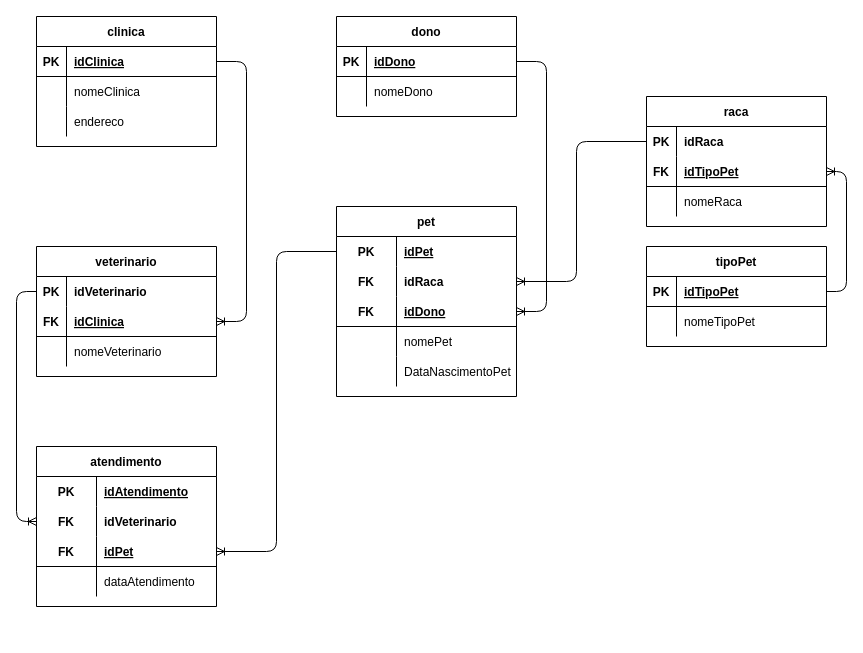
Earlier version of the draw.io diagram page "logico" (2 of 2) of Exercícios-aula3/1.3-exercicio-pclinics/Moldelagem/1.3-exercicio-pclinics.drawio (Samel-OP/Senai_Sprint1_BD). Source tidied: cells renumbered, new cells numbered last; positions are measured from the earlier drawing's top-left corner, leaving out a move shared by most shapes. Both pictures are drawn from the tidied source at 100%, with x=0, y=0 at pixel (16, 16).
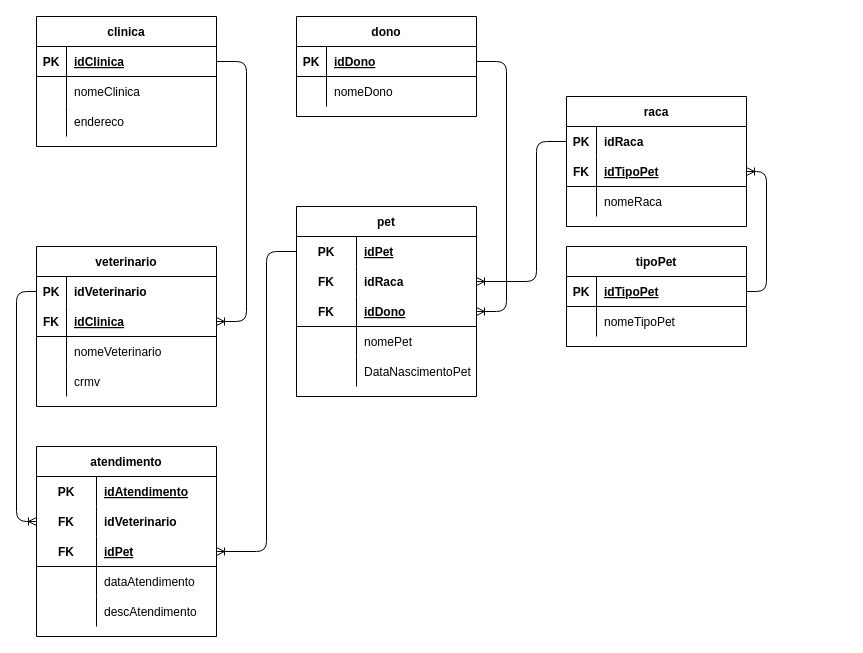
After the change.

The change refers to these unchanged cells:
```xml
<mxCell id="29" style="shape=partialRectangle;fillColor=none;top=0;left=0;bottom=1;right=0;points=[[0,0.5],[1,0.5]];portConstraint=eastwest;" parent="22" vertex="1">
  <mxGeometry y="90" width="180" height="30" as="geometry" />
</mxCell>
<mxCell id="36" style="shape=partialRectangle;fillColor=none;top=0;left=0;bottom=1;right=0;points=[[0,0.5],[1,0.5]];portConstraint=eastwest;" parent="35" vertex="1">
  <mxGeometry y="30" width="180" height="30" as="geometry" />
</mxCell>
<mxCell id="43" style="shape=partialRectangle;fillColor=none;top=0;left=0;bottom=0;right=0;points=[[0,0.5],[1,0.5]];portConstraint=eastwest;" parent="42" vertex="1">
  <mxGeometry y="30" width="180" height="30" as="geometry" />
</mxCell>
<mxCell id="46" style="shape=partialRectangle;fillColor=none;top=0;left=0;bottom=0;right=0;points=[[0,0.5],[1,0.5]];portConstraint=eastwest;" parent="42" vertex="1">
  <mxGeometry y="60" width="180" height="30" as="geometry" />
</mxCell>
<mxCell id="49" style="shape=partialRectangle;fillColor=none;top=0;left=0;bottom=1;right=0;points=[[0,0.5],[1,0.5]];portConstraint=eastwest;" parent="42" vertex="1">
  <mxGeometry y="90" width="180" height="30" as="geometry" />
</mxCell>
<mxCell id="59" style="shape=partialRectangle;fillColor=none;top=0;left=0;bottom=0;right=0;points=[[0,0.5],[1,0.5]];portConstraint=eastwest;" parent="58" vertex="1">
  <mxGeometry y="30" width="180" height="30" as="geometry" />
</mxCell>
<mxCell id="62" style="shape=partialRectangle;fillColor=none;top=0;left=0;bottom=1;right=0;points=[[0,0.5],[1,0.5]];portConstraint=eastwest;" parent="58" vertex="1">
  <mxGeometry y="60" width="180" height="30" as="geometry" />
</mxCell>
<mxCell id="69" style="shape=partialRectangle;fillColor=none;top=0;left=0;bottom=1;right=0;points=[[0,0.5],[1,0.5]];portConstraint=eastwest;" parent="68" vertex="1">
  <mxGeometry y="30" width="180" height="30" as="geometry" />
</mxCell>
```

Diff of the diagram source:
```diff
@@
     <mxCell id="12" value="veterinario" style="shape=table;startSize=30;childLayout=tableLayout;rowLines=0;fontStyle=1;align=center;" parent="1" vertex="1">
-      <mxGeometry x="20" y="230" width="180" height="130" as="geometry" />
+      <mxGeometry x="20" y="230" width="180" height="160" as="geometry" />
     </mxCell>
@@
+    <mxCell id="81" style="shape=partialRectangle;fillColor=none;top=0;left=0;bottom=0;right=0;" parent="12" vertex="1">
+      <mxGeometry y="120" width="180" height="30" as="geometry" />
+    </mxCell>
+    <mxCell id="82" style="shape=partialRectangle;fillColor=none;top=0;left=0;bottom=0;right=0;overflow=hidden;" parent="81" vertex="1">
+      <mxGeometry width="30" height="30" as="geometry" />
+    </mxCell>
+    <mxCell id="83" value="crmv" style="shape=partialRectangle;fillColor=none;top=0;left=0;bottom=0;right=0;align=left;spacingLeft=6;overflow=hidden;" parent="81" vertex="1">
+      <mxGeometry x="30" width="150" height="30" as="geometry" />
+    </mxCell>
     <mxCell id="22" value="atendimento" style="shape=table;startSize=30;childLayout=tableLayout;rowLines=0;fontStyle=1;align=center;" parent="1" vertex="1">
-      <mxGeometry x="20" y="430" width="180" height="160" as="geometry" />
+      <mxGeometry x="20" y="430" width="180" height="190" as="geometry" />
     </mxCell>
@@
+    <mxCell id="84" style="shape=partialRectangle;fillColor=none;top=0;left=0;bottom=0;right=0;" parent="22" vertex="1">
+      <mxGeometry y="150" width="180" height="30" as="geometry" />
+    </mxCell>
+    <mxCell id="85" style="shape=partialRectangle;fillColor=none;top=0;left=0;bottom=0;right=0;overflow=hidden;" parent="84" vertex="1">
+      <mxGeometry width="60" height="30" as="geometry" />
+    </mxCell>
+    <mxCell id="86" value="descAtendimento" style="shape=partialRectangle;fillColor=none;top=0;left=0;bottom=0;right=0;align=left;spacingLeft=6;overflow=hidden;" parent="84" vertex="1">
+      <mxGeometry x="60" width="120" height="30" as="geometry" />
+    </mxCell>
     <mxCell id="35" value="dono" style="shape=table;startSize=30;childLayout=tableLayout;rowLines=0;fontStyle=1;align=center;" parent="1" vertex="1">
-      <mxGeometry x="320" width="180" height="100" as="geometry" />
+      <mxGeometry x="280" width="180" height="100" as="geometry" />
     </mxCell>
@@
     <mxCell id="42" value="pet" style="shape=table;startSize=30;childLayout=tableLayout;rowLines=0;fontStyle=1;align=center;" parent="1" vertex="1">
-      <mxGeometry x="320" y="190" width="180" height="190" as="geometry" />
+      <mxGeometry x="280" y="190" width="180" height="190" as="geometry" />
     </mxCell>
@@
     <mxCell id="58" value="raca" style="shape=table;startSize=30;childLayout=tableLayout;rowLines=0;fontStyle=1;align=center;" parent="1" vertex="1">
-      <mxGeometry x="630" y="80" width="180" height="130" as="geometry" />
+      <mxGeometry x="550" y="80" width="180" height="130" as="geometry" />
     </mxCell>
@@
     <mxCell id="68" value="tipoPet" style="shape=table;startSize=30;childLayout=tableLayout;rowLines=0;fontStyle=1;align=center;" parent="1" vertex="1">
-      <mxGeometry x="630" y="230" width="180" height="100" as="geometry" />
+      <mxGeometry x="550" y="230" width="180" height="100" as="geometry" />
     </mxCell>
@@
     <mxCell id="77" style="edgeStyle=orthogonalEdgeStyle;fontSize=12;html=1;endArrow=ERoneToMany;entryX=1;entryY=0.5;entryDx=0;entryDy=0;exitX=0;exitY=0.5;exitDx=0;exitDy=0;" parent="1" edge="1" source="43" target="29">
-      <mxGeometry relative="1" as="geometry" />
+      <mxGeometry relative="1" as="geometry">
+        <Array as="points">
+          <mxPoint x="250" y="235" />
+          <mxPoint x="250" y="535" />
+        </Array>
+      </mxGeometry>
     </mxCell>
     <mxCell id="78" style="edgeStyle=orthogonalEdgeStyle;fontSize=12;html=1;endArrow=ERoneToMany;exitX=0;exitY=0.5;exitDx=0;exitDy=0;entryX=1;entryY=0.5;entryDx=0;entryDy=0;" parent="1" edge="1" source="59" target="46">
       <mxGeometry relative="1" as="geometry">
         <Array as="points">
-          <mxPoint x="560" y="125" />
-          <mxPoint x="560" y="265" />
+          <mxPoint x="520" y="125" />
+          <mxPoint x="520" y="265" />
         </Array>
       </mxGeometry>
     </mxCell>
     <mxCell id="79" style="edgeStyle=orthogonalEdgeStyle;fontSize=12;html=1;endArrow=ERoneToMany;entryX=1;entryY=0.5;entryDx=0;entryDy=0;exitX=1;exitY=0.5;exitDx=0;exitDy=0;" parent="1" edge="1" source="69" target="62">
       <mxGeometry relative="1" as="geometry">
         <Array as="points">
-          <mxPoint x="830" y="275" />
-          <mxPoint x="830" y="155" />
+          <mxPoint x="750" y="275" />
+          <mxPoint x="750" y="155" />
         </Array>
       </mxGeometry>
     </mxCell>
     <mxCell id="80" style="edgeStyle=orthogonalEdgeStyle;fontSize=12;html=1;endArrow=ERoneToMany;exitX=1;exitY=0.5;exitDx=0;exitDy=0;entryX=1;entryY=0.5;entryDx=0;entryDy=0;" parent="1" edge="1" source="36" target="49">
       <mxGeometry relative="1" as="geometry">
         <Array as="points">
-          <mxPoint x="530" y="45" />
-          <mxPoint x="530" y="295" />
+          <mxPoint x="490" y="45" />
+          <mxPoint x="490" y="295" />
         </Array>
       </mxGeometry>
     </mxCell>
```
